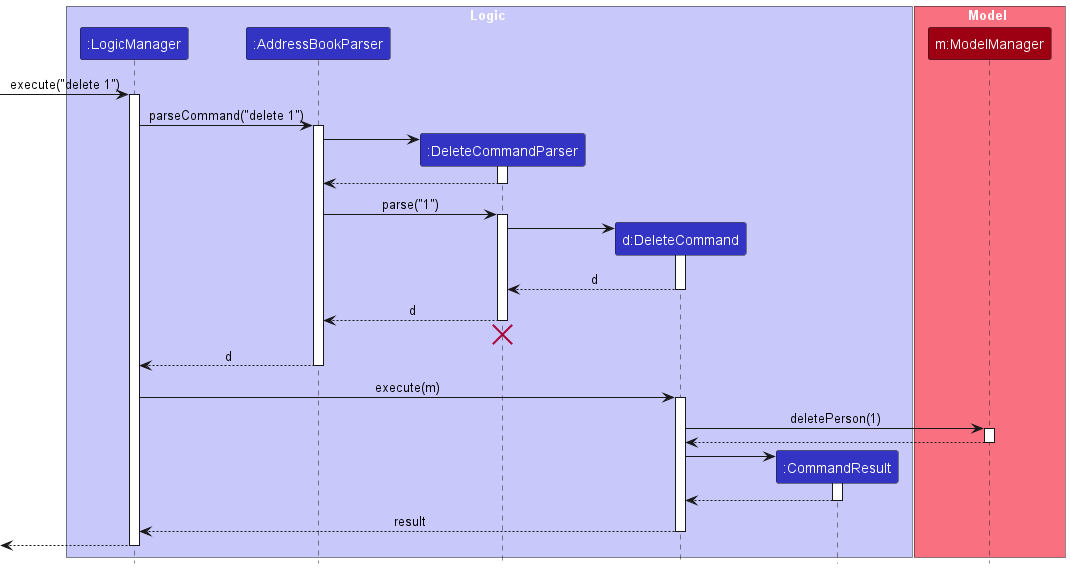
This is docs/images/DeleteSequenceDiagram.png from tayruxin/tp, a PlantUML export, as it was before one commit. The source it was exported from:
```plantuml
@startuml
!include style.puml
skinparam ArrowFontStyle plain

box Logic LOGIC_COLOR_T1
participant ":LogicManager" as LogicManager LOGIC_COLOR
participant ":AddressBookParser" as AddressBookParser LOGIC_COLOR
participant ":DeleteCommandParser" as DeleteCommandParser LOGIC_COLOR
participant "d:DeleteCommand" as DeleteCommand LOGIC_COLOR
participant ":CommandResult" as CommandResult LOGIC_COLOR
end box

box Model MODEL_COLOR_T1
participant "m:ModelManager" as Model MODEL_COLOR
end box

[-> LogicManager : execute("delete 1")
activate LogicManager

LogicManager -> AddressBookParser : parseCommand("delete 1")
activate AddressBookParser

create DeleteCommandParser
AddressBookParser -> DeleteCommandParser
activate DeleteCommandParser

DeleteCommandParser --> AddressBookParser
deactivate DeleteCommandParser

AddressBookParser -> DeleteCommandParser : parse("1")
activate DeleteCommandParser

create DeleteCommand
DeleteCommandParser -> DeleteCommand
activate DeleteCommand

DeleteCommand --> DeleteCommandParser : d
deactivate DeleteCommand

DeleteCommandParser --> AddressBookParser : d
deactivate DeleteCommandParser
DeleteCommandParser -[hidden]-> AddressBookParser
destroy DeleteCommandParser

AddressBookParser --> LogicManager : d
deactivate AddressBookParser

LogicManager -> DeleteCommand : execute(m)
activate DeleteCommand

DeleteCommand -> Model : deletePerson(1)
activate Model

Model --> DeleteCommand
deactivate Model

create CommandResult
DeleteCommand -> CommandResult
activate CommandResult

CommandResult --> DeleteCommand
deactivate CommandResult

DeleteCommand --> LogicManager : result
deactivate DeleteCommand

[<--LogicManager
deactivate LogicManager
@enduml
```
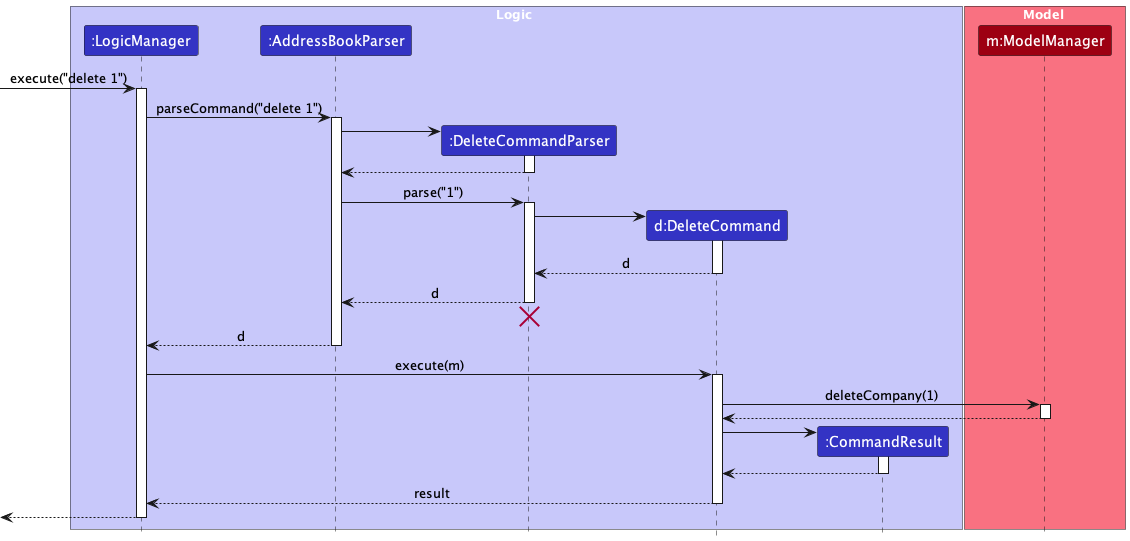
After the change.

The edit, as a diff of the source:
```diff
@@ -48,7 +48,7 @@
 LogicManager -> DeleteCommand : execute(m)
 activate DeleteCommand
 
-DeleteCommand -> Model : deletePerson(1)
+DeleteCommand -> Model : deleteCompany(1)
 activate Model
 
 Model --> DeleteCommand
```
